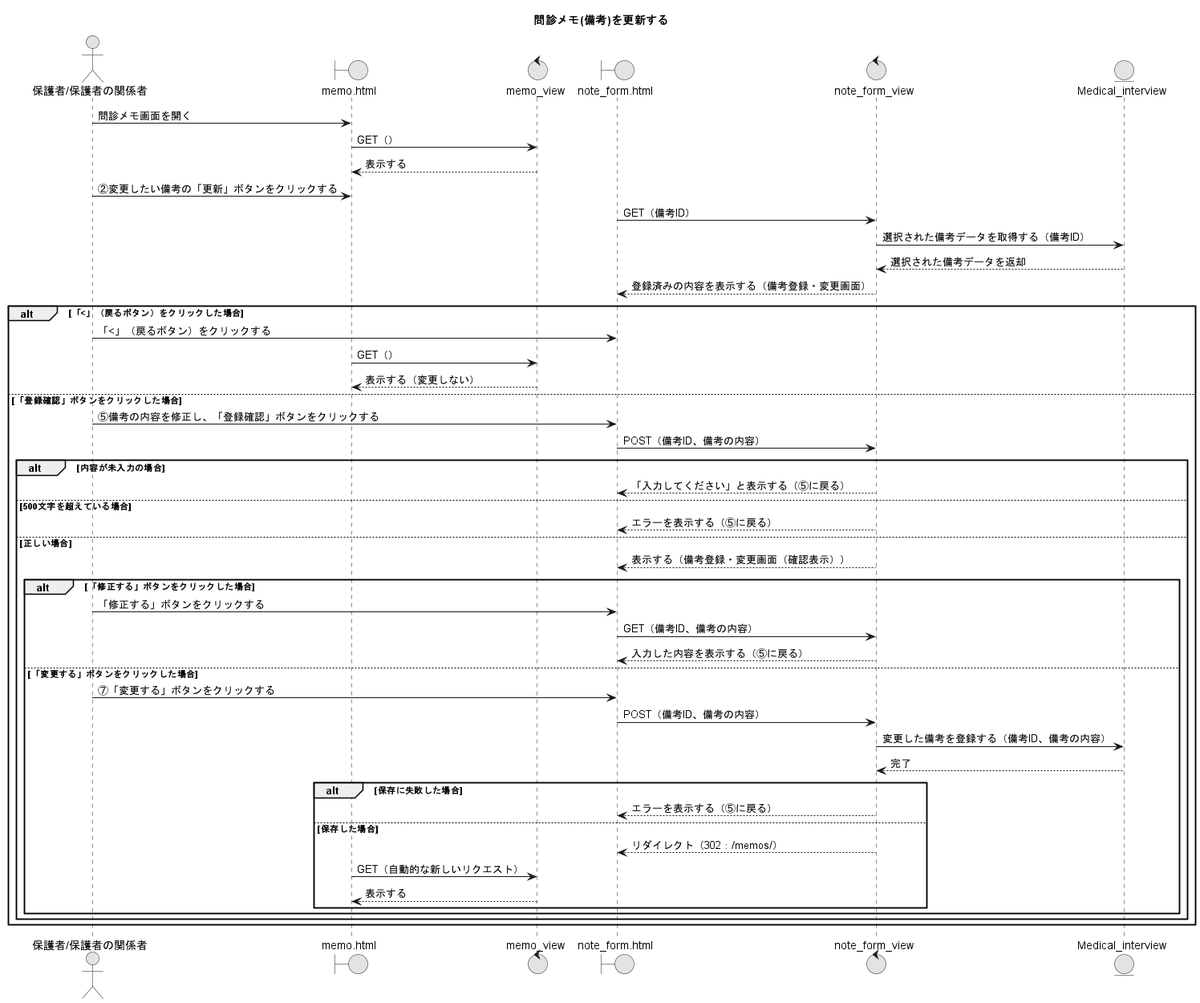
The PlantUML diagram PNG/20_問診メモ(備考)を更新する.png in Ma2naga190330/26_sotugyou_puml, before a commit.
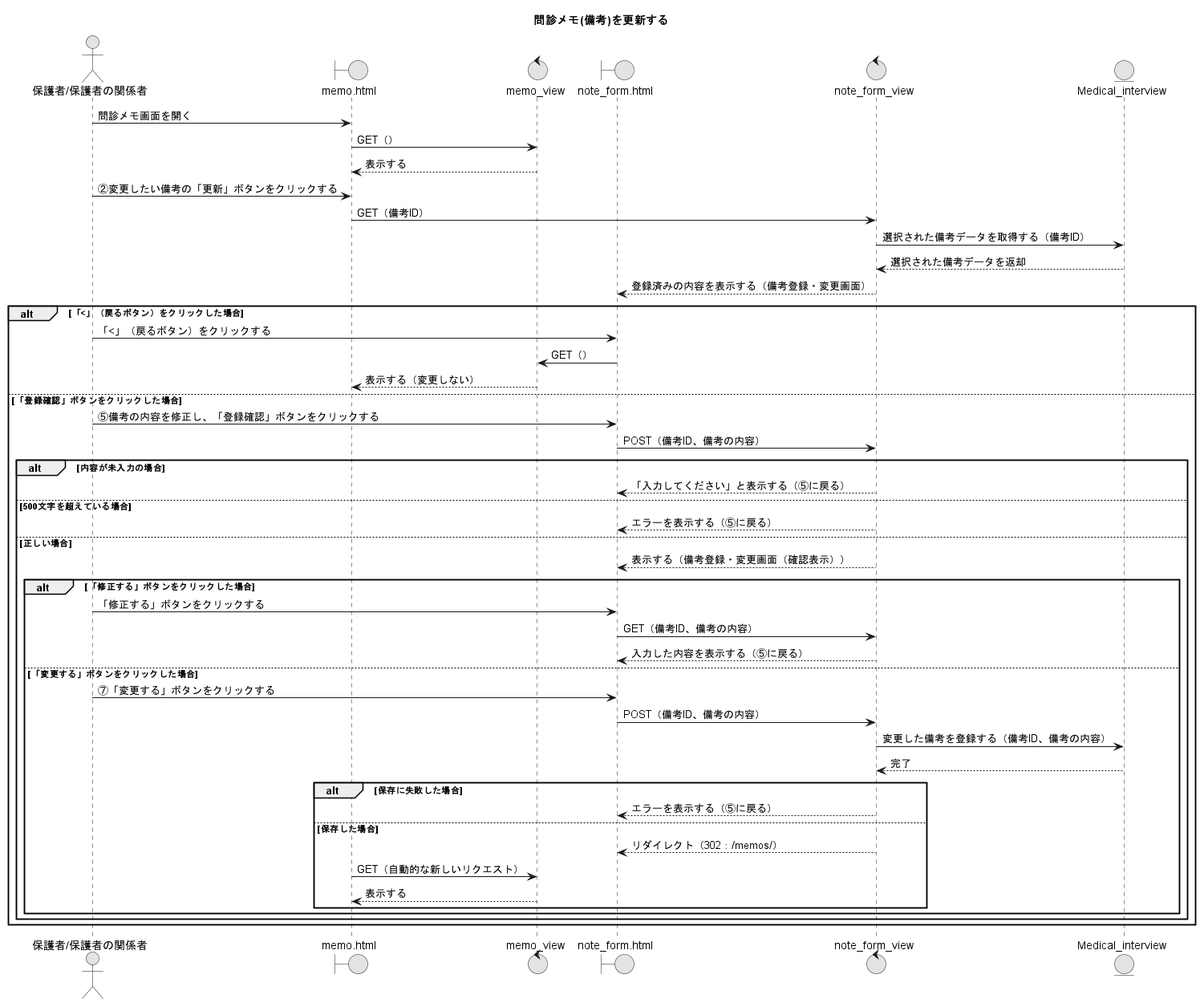
The same file after the commit.

What changed in the source:
```diff
@@ -15,14 +15,14 @@
 MV --> MP : 表示する
 
 A -> MP : ②変更したい備考の「更新」ボタンをクリックする
-NFP -> NFV : GET（備考ID）
+MP -> NFV : GET（備考ID）
 NFV -> MIM : 選択された備考データを取得する（備考ID）
 NFV <-- MIM : 選択された備考データを返却
 NFV --> NFP : 登録済みの内容を表示する（備考登録・変更画面）
 
 alt 「<」（戻るボタン）をクリックした場合
   A -> NFP : 「<」（戻るボタン）をクリックする
-  MP -> MV : GET（）
+  NFP -> MV : GET（）
   MV --> MP : 表示する（変更しない）
 else 「登録確認」ボタンをクリックした場合
   A -> NFP : ⑤備考の内容を修正し、「登録確認」ボタンをクリックする
```
